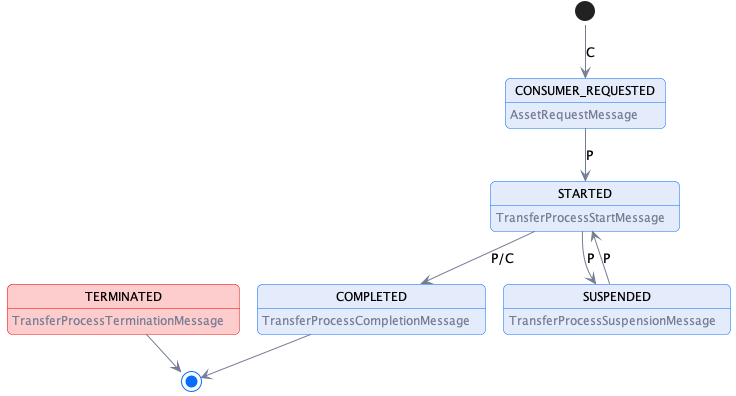
This is specifications/transfer/transfer.process.state.machine.png from Metaform/edc-protocols, a PlantUML export, as it was before one commit.
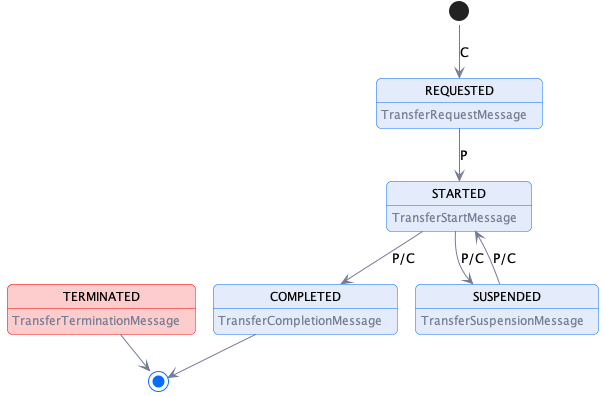
The same diagram one commit later.

What changed in the source:
```diff
@@ -5,18 +5,18 @@
 
 hide empty description
 
-state CONSUMER_REQUESTED: <color:$darkGray>AssetRequestMessage
-state STARTED: <color:$darkGray>TransferProcessStartMessage
-state COMPLETED: <color:$darkGray>TransferProcessCompletionMessage
-state SUSPENDED: <color:$darkGray>TransferProcessSuspensionMessage
+state REQUESTED: <color:$darkGray>TransferRequestMessage
+state STARTED: <color:$darkGray>TransferStartMessage
+state COMPLETED: <color:$darkGray>TransferCompletionMessage
+state SUSPENDED: <color:$darkGray>TransferSuspensionMessage
 
-state TERMINATED $lightRed #$borderRed : <color:$darkGray>TransferProcessTerminationMessage
+state TERMINATED $lightRed #$borderRed : <color:$darkGray>TransferTerminationMessage
 
-[*] --> CONSUMER_REQUESTED: C
-CONSUMER_REQUESTED -->  STARTED: P
+[*] --> REQUESTED: C
+REQUESTED -->  STARTED: P
 STARTED -->  COMPLETED: P/C
-STARTED -->  SUSPENDED: P
-SUSPENDED --> STARTED: P
+STARTED -->  SUSPENDED: P/C
+SUSPENDED --> STARTED: P/C
 COMPLETED -->[*]
 
 TERMINATED --> [*]
```
